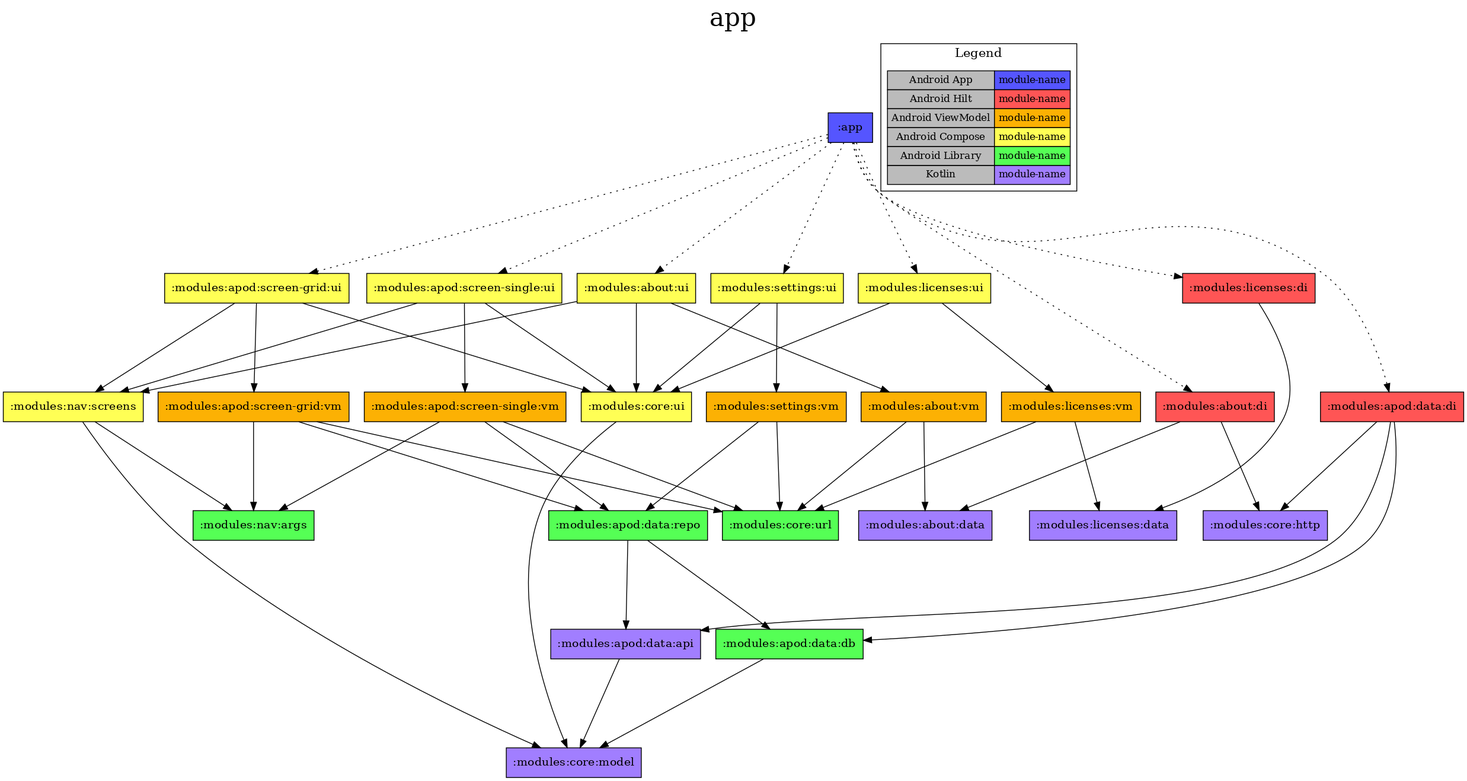
The Graphviz diagram app/project-dependency-graph.png in jonapoul/nasa-android, before a commit. Its source is kept beside it as app/project-dependency-graph.dot.
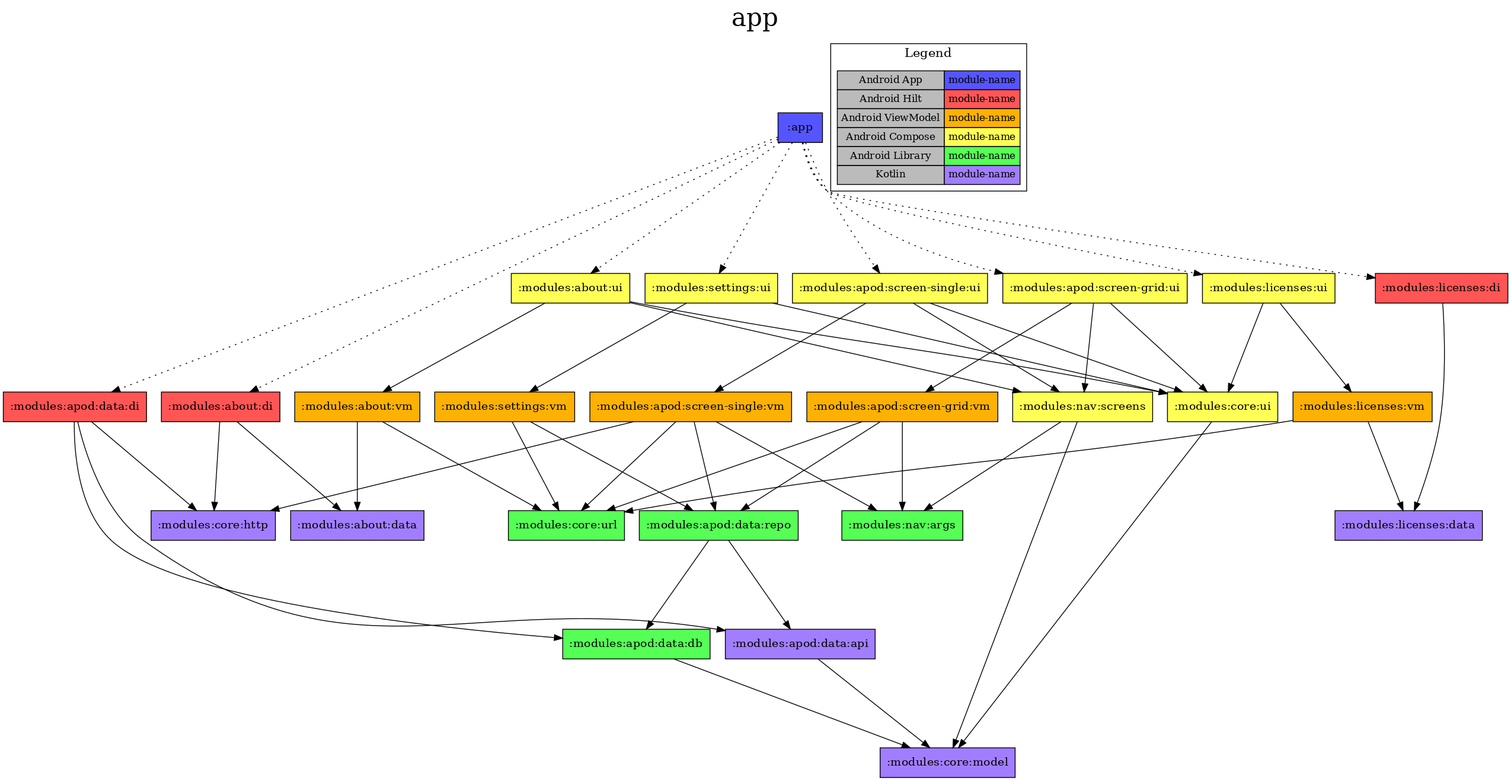
The same diagram one commit later.

Diff of the diagram source:
```diff
@@ -81,6 +81,7 @@
 ":modules:apod:screen-single:ui" -> ":modules:core:ui"
 ":modules:apod:screen-single:ui" -> ":modules:nav:screens"
 ":modules:apod:screen-single:vm" -> ":modules:apod:data:repo"
+":modules:apod:screen-single:vm" -> ":modules:core:http"
 ":modules:apod:screen-single:vm" -> ":modules:core:url"
 ":modules:apod:screen-single:vm" -> ":modules:nav:args"
 ":modules:licenses:di" -> ":modules:licenses:data"
```
